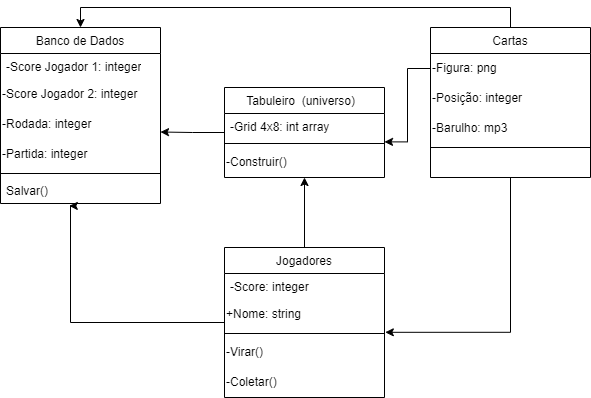
This is Diagrama de Classes.drawio.png from FelipeRibeirooo/Entrega-03-OO-UML, a draw.io export, as it was before one commit. Source tidied: cells renumbered, new cells last; positions are measured from the earlier drawing's top-left corner, leaving out a move shared by most shapes.
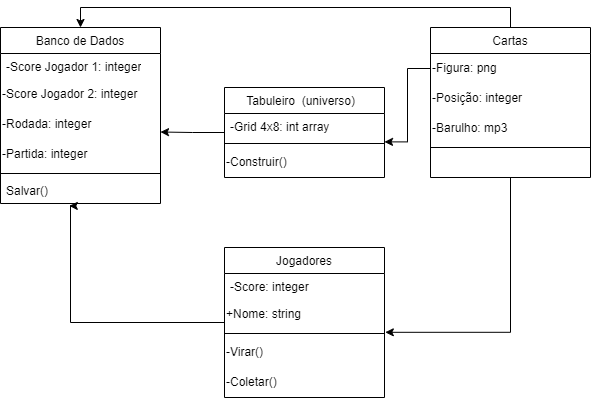
The same file after the commit.

Diff of the diagram source:
```diff
@@ -17,9 +17,6 @@
     <mxCell id="6" value="&lt;div align=&quot;left&quot;&gt;-Construir()&lt;/div&gt;" style="text;html=1;align=left;verticalAlign=middle;points=[];strokeColor=none;fillColor=none;" parent="3" vertex="1">
       <mxGeometry y="60" width="160" height="30" as="geometry" />
     </mxCell>
-    <mxCell id="7" style="edgeStyle=orthogonalEdgeStyle;rounded=0;jettySize=auto;html=1;" parent="1" edge="1" source="8" target="6">
-      <mxGeometry relative="1" as="geometry" />
-    </mxCell>
     <mxCell id="8" value="Jogadores" style="swimlane;fontStyle=0;align=center;verticalAlign=top;horizontal=1;startSize=26;rounded=0;shadow=0;strokeWidth=1;" parent="1" vertex="1">
       <mxGeometry x="224" y="240" width="160" height="150" as="geometry" />
     </mxCell>
```
